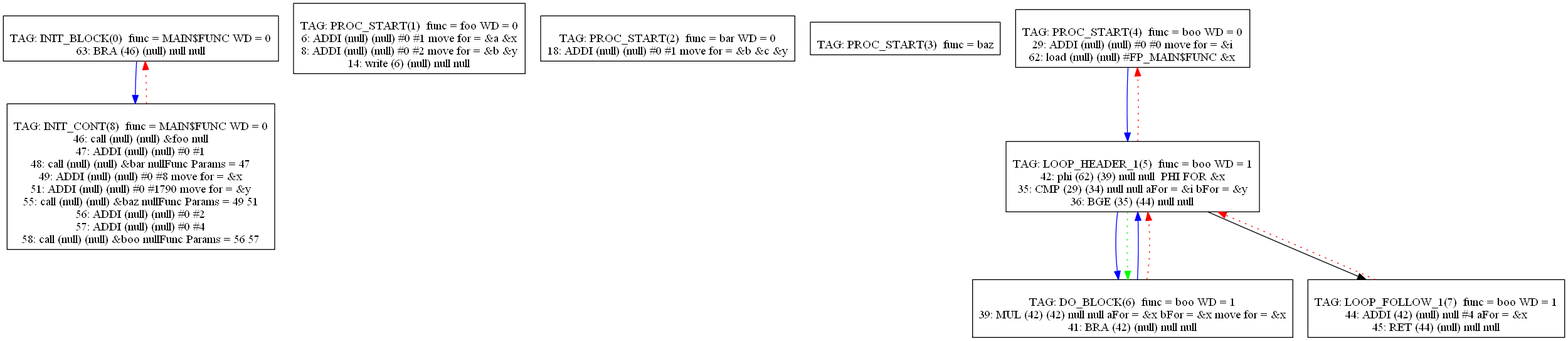
Earlier version of the Graphviz export Compiler/16graph.png (mbajaj92/Project-Astoria). Its source is kept beside it as Compiler/16graph.dot.
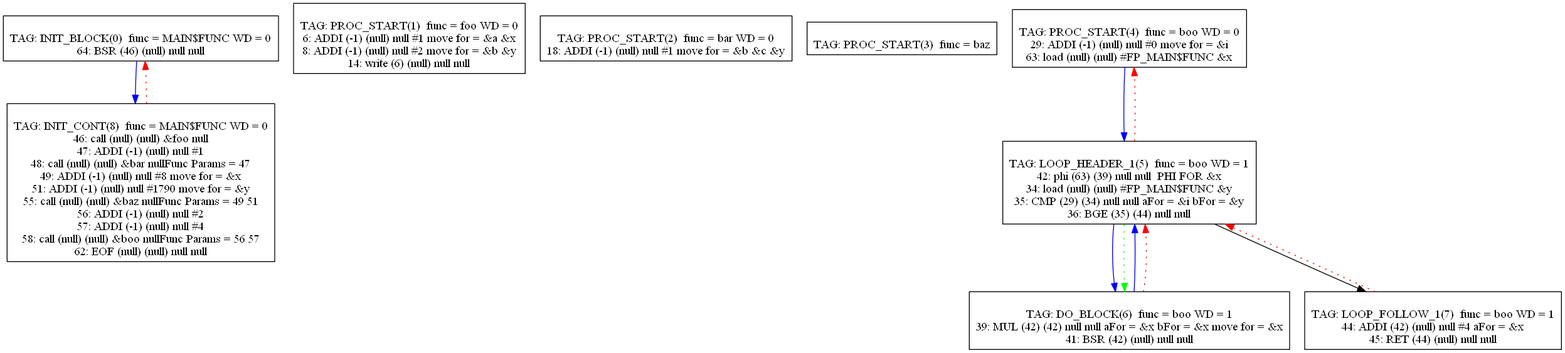
Later version of the same file.

Change to the diagram source:
```diff
@@ -1,20 +1,20 @@
 digraph {
 0[label="
 TAG: INIT_BLOCK(0)  func = MAIN$FUNC WD = 0
-63: BRA (46) (null) null null
+64: BSR (46) (null) null null
 "];
 0[shape=box];
 0 -> 8[color=blue]
 1[label="
 TAG: PROC_START(1)  func = foo WD = 0
-6: ADDI (null) (null) #0 #1 move for = &a &x
-8: ADDI (null) (null) #0 #2 move for = &b &y
+6: ADDI (-1) (null) null #1 move for = &a &x
+8: ADDI (-1) (null) null #2 move for = &b &y
 14: write (6) (null) null null
 "];
 1[shape=box];
 2[label="
 TAG: PROC_START(2)  func = bar WD = 0
-18: ADDI (null) (null) #0 #1 move for = &b &c &y
+18: ADDI (-1) (null) null #1 move for = &b &c &y
 "];
 2[shape=box];
 3[label="
@@ -23,14 +23,15 @@
 3[shape=box];
 4[label="
 TAG: PROC_START(4)  func = boo WD = 0
-29: ADDI (null) (null) #0 #0 move for = &i
-62: load (null) (null) #FP_MAIN$FUNC &x
+29: ADDI (-1) (null) null #0 move for = &i
+63: load (null) (null) #FP_MAIN$FUNC &x
 "];
 4[shape=box];
 4 -> 5[color=blue]
 5[label="
 TAG: LOOP_HEADER_1(5)  func = boo WD = 1
-42: phi (62) (39) null null  PHI FOR &x
+42: phi (63) (39) null null  PHI FOR &x
+34: load (null) (null) #FP_MAIN$FUNC &y
 35: CMP (29) (34) null null aFor = &i bFor = &y
 36: BGE (35) (44) null null
 "];
@@ -42,7 +43,7 @@
 6[label="
 TAG: DO_BLOCK(6)  func = boo WD = 1
 39: MUL (42) (42) null null aFor = &x bFor = &x move for = &x
-41: BRA (42) (null) null null
+41: BSR (42) (null) null null
 "];
 6[shape=box];
 6 -> 5[color=blue]
@@ -57,14 +58,15 @@
 8[label="
 TAG: INIT_CONT(8)  func = MAIN$FUNC WD = 0
 46: call (null) (null) &foo null
-47: ADDI (null) (null) #0 #1
+47: ADDI (-1) (null) null #1
 48: call (null) (null) &bar nullFunc Params = 47
-49: ADDI (null) (null) #0 #8 move for = &x
-51: ADDI (null) (null) #0 #1790 move for = &y
+49: ADDI (-1) (null) null #8 move for = &x
+51: ADDI (-1) (null) null #1790 move for = &y
 55: call (null) (null) &baz nullFunc Params = 49 51
-56: ADDI (null) (null) #0 #2
-57: ADDI (null) (null) #0 #4
+56: ADDI (-1) (null) null #2
+57: ADDI (-1) (null) null #4
 58: call (null) (null) &boo nullFunc Params = 56 57
+62: EOF (null) (null) null null
 "];
 8[shape=box];
 8 -> 0[color=red][style=dotted]
```
